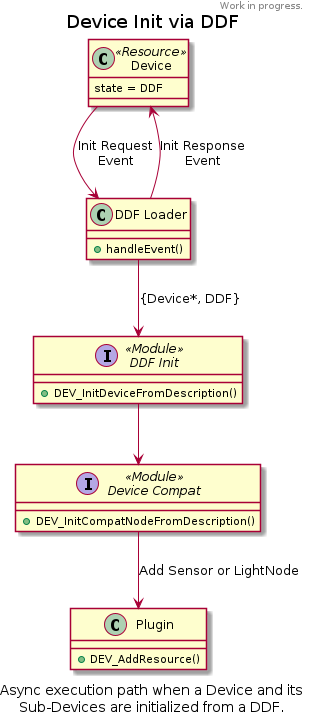
The PlantUML diagram arch/diagrams/device_init_ddf.png in dresden-elektronik/deconz-rest-plugin-v2, before a commit. The source it was exported from:
```plantuml
@startuml

header
Work in progress.
endheader

title Device Init via DDF

class Device <<Resource>>

Device : state = DDF

class "DDF Loader" as DeviceDescriptions {
	+handleEvent()
}

interface "DDF Init" as DDFInit <<Module>> {
    +DEV_InitDeviceFromDescription()
}

interface "Device Compat" as DeviceCompat <<Module>> {
	+DEV_InitCompatNodeFromDescription()
}

class Plugin {
	+DEV_AddResource()
}

Device --> DeviceDescriptions : Init Request\nEvent
DeviceDescriptions --> Device : Init Response\nEvent

DeviceDescriptions --> DDFInit : {Device*, DDF}

DDFInit --> DeviceCompat
DeviceCompat --> Plugin : Add Sensor or LightNode

caption Async execution path when a Device and its\nSub-Devices are initialized from a DDF.

@enduml
```
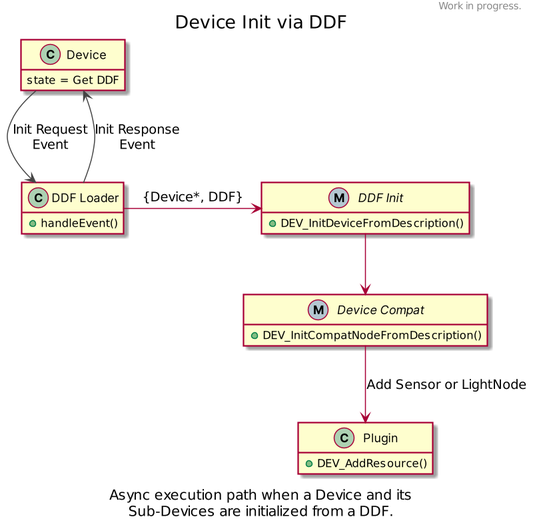
After the change.

Commit message:
Update Device init via DDF diagram

Diff of the diagram source:
```diff
@@ -6,19 +6,25 @@
 
 title Device Init via DDF
 
-class Device <<Resource>>
+!include skinparams.txt
 
-Device : state = DDF
+scale 1.5
+
+hide empty members
+
+class Device
+
+Device : state = Get DDF
 
 class "DDF Loader" as DeviceDescriptions {
 	+handleEvent()
 }
 
-interface "DDF Init" as DDFInit <<Module>> {
+interface "DDF Init" as DDFInit << (M,#b4c7d1) >> {
     +DEV_InitDeviceFromDescription()
 }
 
-interface "Device Compat" as DeviceCompat <<Module>> {
+interface "Device Compat" as DeviceCompat << (M,#b4c7d1) >> {
 	+DEV_InitCompatNodeFromDescription()
 }
 
@@ -26,10 +32,10 @@
 	+DEV_AddResource()
 }
 
-Device --> DeviceDescriptions : Init Request\nEvent
-DeviceDescriptions --> Device : Init Response\nEvent
+Device -[#444444]down-> DeviceDescriptions : Init Request\nEvent
+DeviceDescriptions -[#444444]up-> Device : Init Response\nEvent
 
-DeviceDescriptions --> DDFInit : {Device*, DDF}
+DeviceDescriptions -right-> DDFInit : {Device*, DDF}
 
 DDFInit --> DeviceCompat
 DeviceCompat --> Plugin : Add Sensor or LightNode
```
